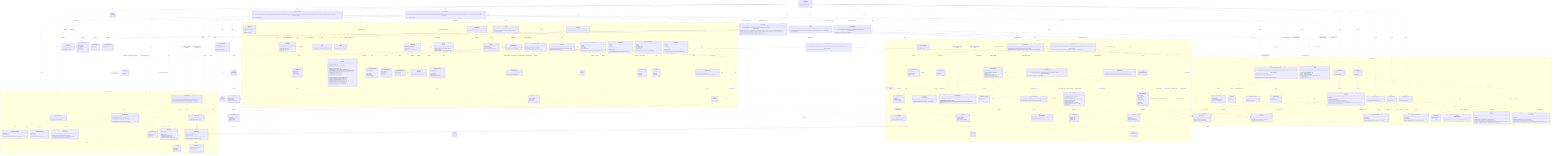
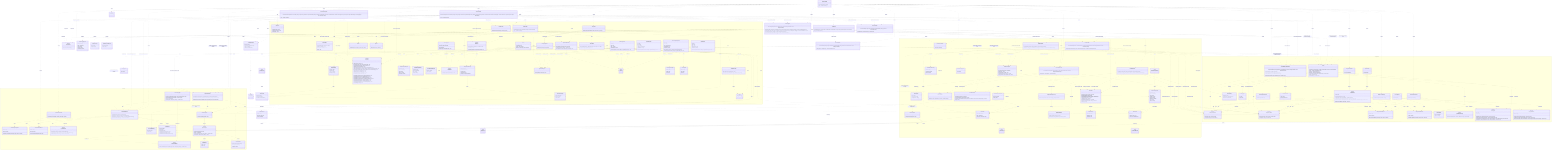
%% Authoritative, system-wide contract chart: every class and every relationship,
%% including the cross-domain interactions between modules.
%% For focused, per-domain views (intra-domain relationships only), see
%% docs/contracts/domains/ (one chart per domain + a README).
classDiagram
  direction TB

  class LicenseWizard {
    +LicenseWizard(args: string[])
    +run() Promise~Answer[]~
  }

  class IWizardMode {
    <<interface>>
    +run() Promise~Answer[]~
  }

  class InteractiveMode {
    +InteractiveMode(licenses: LicenseRepository, config: Config, manifests: ProjectManifestRepository, installer: LicenseInstaller, generator: LicenseGenerator, headers: HeaderApplier, renderer: IRenderer, reporter: IReporter, flags: WizardFlags)
    +run() Promise~Answer[]~
  }

  class NonInteractiveMode {
    +NonInteractiveMode(licenses: LicenseRepository, config: Config, manifests: ProjectManifestRepository, installer: LicenseInstaller, generator: LicenseGenerator, headers: HeaderApplier, reporter: IReporter, flags: WizardFlags, saveTargetByFlag: Record~string, string~)
    +run() Promise~Answer[]~
  }

  class VerifyMode {
    +VerifyMode(verifier: LicenseVerifier, headerVerifier: HeaderVerifier, config: Config, reporter: IReporter, strict: boolean)
    +run() Promise~Answer[]~
  }

  class WizardFlags {
    <<type>>
  }

  class HeaderApplier {
    +HeaderApplier(licenses: LicenseRepository, reader: IFileSystemReader, writer: IFileSystemWriter)
    +apply(licenseId: string, style: HeaderStyle, tokens: Record~string, string~, extraIgnores: string[]) Promise~HeaderApplyReport~
    +preview(licenseId: string, style: HeaderStyle, tokens: Record~string, string~, extraIgnores: string[]) Promise~HeaderPreview | null~
    +remove(extraIgnores: string[]) Promise~HeaderRemovalReport~
    +previewRemoval(extraIgnores: string[]) Promise~HeaderRemovalReport~
  }

  class HeaderApplyReport {
    +licenseId: string
    +style: HeaderStyle
    +total: number
    +written: number
    +unchanged: number
  }

  class HeaderPreview {
    +files: string[]
    +sample: string
  }

  class HeaderRemovalReport {
    +removed: string[]
    +total: number
  }

  class LicenseInstaller {
    +LicenseInstaller(config: Config, manifests: ProjectManifestRepository, generator: LicenseGenerator)
    +install(selection: LicenseSelection) Promise~void~
  }

  class LicenseVerifier {
    +LicenseVerifier(config: Config, manifests: ProjectManifestRepository, generator: LicenseGenerator, reader: IFileSystemReader)
    +verify(options: VerifyOptions) Promise~VerifyOutcome~
  }

  class LicenseSelection {
    +licenseId: string
    +tokens: Record~string, string~
    +save: ConfigSave
    +headers?: HeaderConfig
  }

  class ConfigSave {
    <<union>>
  }

  class VerifyOptions {
    +fix: boolean
  }

  class VerifyOutcome {
    <<union>>
  }

  class VerifyReport {
    +licenseId: string
    +license: DriftStatus
    +manifests: ManifestCheck[]
  }

  class ManifestCheck {
    +name: string
    +declared: string | null
    +status: DriftStatus
  }

  class DriftStatus {
    <<union>>
  }

  namespace CLI {
    class FlagParser {
      +FlagParser(flags: object)
      +parse(args: string[]) object
      +formatHelp() string
    }

    class Orchestrator {
      +Orchestrator(repository: QuestionRepository, renderer: IRenderer)
      +run() Promise~Answer[]~
    }

    class IRenderer {
      <<interface>>
      +render(question: Question) Promise~Answer~
      +onCancel() string
      +complete(summary: CompletionSummary) void
    }

    class CompletionSummary {
      +licenseId: string
      +customized: boolean
      +savedTo: string
      +manifests: string[]
      +headers?: CompletionHeaders
    }

    class CompletionHeaders {
      +style: HeaderStyle
      +written: number
      +total: number
    }

    class ProgressBar {
      +ProgressBar(label: string, out?: object)
      +start(total: number) void
      +update(done: number) void
      +stop() void
    }

    class ClackRenderer {
      +ClackRenderer(meta: object, spinner: Spinner)
    }

    class IReporter {
      <<interface>>
      +usage(options: string) void
      +tokens(licenseId: string, slots: TemplateSlot[]) void
      +generated(licenseId: string, savedTo: string) void
      +dryRun(report: DryRunReport) void
      +missingFields(licenseId: string, missing: TemplateSlot[]) void
      +unknownFields(licenseId: string, unknown: string[], slots: TemplateSlot[]) void
      +licenseNotFound(licenseId: string, suggestions: LicenseIndexEntry[]) void
      +verifyMatch(report: VerifyReport) void
      +verifyFixed(report: VerifyReport) void
      +verifyMismatch(report: VerifyReport) void
      +headersNoFiles(licenseId: string) void
      +headersGenerated(report: HeaderGenerateReport) void
      +headersDryRun(report: HeaderDryRunReport) void
      +headersRemoved(report: HeaderRemoveReport) void
      +headersRemoveDryRun(report: HeaderRemoveReport) void
      +headersVerifyMatch(report: HeaderVerifyReport) void
      +headersVerifyFixed(report: HeaderVerifyReport) void
      +headersVerifyMismatch(report: HeaderVerifyReport) void
      +error(message: string) void
    }

    class HeaderGenerateReport {
      +licenseId: string
      +style: HeaderStyle
      +total: number
      +written: number
      +unchanged: number
    }

    class HeaderDryRunReport {
      +licenseId: string
      +style: HeaderStyle
      +files: string[]
      +sample: string
    }

    class HeaderRemoveReport {
      +removed: string[]
      +total: number
    }

    class DryRunReport {
      +licenseId: string
      +content: string
      +save: ConfigSave
      +manifests: string[]
    }

    class MessageReporter {
      +MessageReporter(sink: IOutputSink)
    }

    class CliReporter {
      +CliReporter(programName: string, out?: object, err?: object)
    }

    class IOutputSink {
      <<interface>>
      +emit(message: OutputMessage) void
    }

    class StreamSink {
      +StreamSink(presenter: ReportPresenter, out?: object, err?: object)
      +emit(message: OutputMessage) void
    }

    class RecordingSink {
      +RecordingSink()
      +emit(message: OutputMessage) void
      +messages: OutputMessage[]
    }

    class ReportPresenter {
      +ReportPresenter(programName: string)
      +present(message: OutputMessage, options: object) string
    }

    class OutputMessage {
      <<union>>
    }

    class Banner {
      +buildBanner(meta: object, options: object) string
    }

    class Spinner {
      +start(handle: object) Function
    }

    class QuestionRepository {
      +QuestionRepository(questions: Question[])
      +getByIndex(index: number) Question | null
      +insertAt(index: number, questions: Question[]) void
    }

    class QuestionLifecycle {
      +inject(questions: Question[]) void
    }

    class Question {
      <<union>>
    }

    class TextQuestion {
      +id: string
      +text: string
      +type: "text"
      +defaultValue: string
      +required?: boolean
      +onAnswer(answer: Answer, lifecycle: QuestionLifecycle) void
    }

    class ConfirmQuestion {
      +id: string
      +text: string
      +type: "confirm"
      +defaultValue: boolean
      +onAnswer(answer: Answer, lifecycle: QuestionLifecycle) void
    }

    class AutocompleteQuestion {
      +id: string
      +text: string
      +type: "autocomplete"
      +defaultValue: string
      +required?: boolean
      +search(query: string) Promise~AutocompleteOption[]~
      +onAnswer(answer: Answer, lifecycle: QuestionLifecycle) void
    }

    class AutocompleteOption {
      +value: string
      +label: string
      +hint: string
    }

    class SelectQuestion {
      +id: string
      +text: string
      +type: "select"
      +options: SelectOption[]
      +defaultValue: string
      +onAnswer(answer: Answer, lifecycle: QuestionLifecycle) void
    }

    class SelectOption {
      +value: string
      +label: string
      +hint: string
    }

    class Answer {
      +questionId: string
      +value: string | boolean
      +fields: Record~string, string | boolean~
    }
  }

  namespace Licensing {
    class LicenseRepository {
      +LicenseRepository(source: ILicenseSource)
      +search(query: string) Promise~LicenseIndexEntry[]~
      +suggest(query: string, limit: number) Promise~LicenseIndexEntry[]~
      +getLicense(licenseId: string) Promise~LicenseDetail~
    }

    class LicenseRepositoryError {
      +name: string
      +cause: unknown
      +LicenseRepositoryError(message: string, cause?: unknown)
    }

    class LicenseNotFoundError {
      +name: string
      +licenseId: string
      +LicenseNotFoundError(licenseId: string)
    }

    class ILicenseSource {
      <<interface>>
      +search(query: string) Promise~LicenseIndexEntry[]~
      +suggest(query: string, limit: number) Promise~LicenseIndexEntry[]~
      +fetchLicense(licenseId: string) Promise~LicenseDetail~
    }

    class SpdxLicenseSource {
-       +SpdxLicenseSource(ttlMs: number)
+       +SpdxLicenseSource(ttlMs?: number, timeoutMs?: number)
    }

    class LicenseIndexEntry {
      +licenseId: string
      +name: string
    }

    class LicenseDetail {
      +licenseId: string
      +name: string
      +licenseText: string
      +standardLicenseTemplate?: string
      +standardLicenseHeader?: string
      +standardLicenseHeaderTemplate?: string
    }

    class SpdxTemplate {
      <<abstract>>
      +SpdxTemplate(template: string)
      +slots() TemplateSlot[]
      +resolveSlots(entries: Map~string, string~) SlotResolution
      +render(values: Record~string, string~) string
    }

    class LicenseTemplate {
      +LicenseTemplate(template: string)
+     }
+ 
+     class LicenseCopyright {
+       +LicenseCopyright(bodyTemplate: string, headerTemplate: string)
+       +fromDetail(detail: LicenseDetail)$ LicenseCopyright
+       +slots() TemplateSlot[]
+       +resolve(entries: Map~string, string~) SlotResolution
+     }
+ 
+     class resolveSlotEntries {
+       <<function>>
+       +resolveSlotEntries(slots: TemplateSlot[], entries: Map~string, string~) SlotResolution
    }

    class TemplateSlot {
      +token: string
      +label: string
    }

    class SlotResolution {
      +values: Record~string, string~
      +missing: TemplateSlot[]
      +unknown: string[]
    }

    class LicenseGenerator {
      +LicenseGenerator(repository: LicenseRepository, writer: IFileSystemWriter)
      +generate(licenseId: string, slotValues?: Record~string, string~) Promise~void~
      +render(licenseId: string, slotValues?: Record~string, string~) Promise~string~
    }
  }

  namespace Configuration {
    class IFileSystemReader {
      <<interface>>
      +read(path: string) Promise~string~
      +exists(path: string) Promise~boolean~
    }

    class IFileSystemWriter {
      <<interface>>
      +write(path: string, content: string) Promise~void~
      +delete(path: string) Promise~void~
    }

    class NodeFileSystemReader {
      +NodeFileSystemReader()
    }

    class NodeFileSystemWriter {
      +NodeFileSystemWriter()
    }

    class FileSystemReaderError {
      +name: string
      +cause: unknown
      +FileSystemReaderError(message: string, cause?: unknown)
    }

    class FileSystemWriterError {
      +name: string
      +cause: unknown
      +FileSystemWriterError(message: string, cause?: unknown)
    }

    class WizardConfig {
      +licenseId: string
      +tokens?: Record~string, string~
      +headers?: HeaderConfig
    }

    class HeaderConfig {
      +style: HeaderStyle
      +ignore?: string[]
    }

    class parseWizardConfig {
      <<function>>
      +parseWizardConfig(value: unknown, fileName: string) WizardConfig
    }

    class ConfigTarget {
      +id: string
      +label: string
    }

    class IConfigStore {
      <<interface>>
      +id: string
      +label: string
      +available(reader: IFileSystemReader) Promise~boolean~
      +read(reader: IFileSystemReader) Promise~WizardConfig | null~
      +write(reader: IFileSystemReader, writer: IFileSystemWriter, config: WizardConfig) Promise~void~
      +clear(reader: IFileSystemReader, writer: IFileSystemWriter) Promise~void~
    }

    class RcConfigStore {
      +RcConfigStore()
    }

    class ManifestConfigStore {
      +ManifestConfigStore(fileName: string)
    }

    class Config {
      +Config(stores: IConfigStore[], reader: IFileSystemReader, writer: IFileSystemWriter)
      +read() Promise~WizardConfig | null~
      +source() Promise~string | null~
      +targets() Promise~ConfigTarget[]~
      +write(config: WizardConfig, targetId: string) Promise~void~
      +clear() Promise~void~
      +clearHeaders() Promise~void~
    }

    class IProjectManifest {
      <<interface>>
      +name: string
      +exists(reader: IFileSystemReader) Promise~boolean~
      +readLicense(reader: IFileSystemReader) Promise~string | null~
      +writeLicense(reader: IFileSystemReader, writer: IFileSystemWriter, licenseId: string) Promise~void~
    }

    class JsonManifest {
      <<abstract>>
      +JsonManifest(fileName: string)
      +name: string
      +exists(reader: IFileSystemReader) Promise~boolean~
      +readLicense(reader: IFileSystemReader) Promise~string | null~
      +writeLicense(reader: IFileSystemReader, writer: IFileSystemWriter, licenseId: string) Promise~void~
      #extractLicenseId(value: unknown)* string | null
    }

    class NpmManifest {
      +NpmManifest()
    }

    class ComposerManifest {
      +ComposerManifest()
    }

    class ProjectManifestRepository {
      +ProjectManifestRepository(manifests: IProjectManifest[], reader: IFileSystemReader, writer: IFileSystemWriter)
      +readLicense() Promise~string | null~
      +writeLicense(licenseId: string) Promise~void~
      +declaredLicenses() Promise~ManifestLicense[]~
      +writeLicenseTo(name: string, licenseId: string) Promise~void~
    }

    class ManifestLicense {
      +name: string
      +licenseId: string | null
    }
  }

  namespace Headers {
    class HeaderPlan {
      +detail: LicenseDetail
      +style: HeaderStyle
      +tokens: Record~string, string~
    }

    class HeaderStyle {
      <<union>>
    }

    class HeaderRenderer {
      +HeaderRenderer(plan: HeaderPlan)
      +supportsFull(detail: LicenseDetail)$ boolean
      +fullHeaderHasUnfilledPlaceholders(detail: LicenseDetail, tokens: Record~string, string~)$ boolean
      +body() string
    }

    class HeaderTemplate {
      +HeaderTemplate(template: string)
    }

    class HeaderComposer {
      +HeaderComposer(plan: HeaderPlan)
      +fingerprint() string
      +block(extension: string) string
      +hasManaged(content: string) boolean
      +apply(content: string, filePath: string) string
    }

    class SourceFileScanner {
      +SourceFileScanner(walker: IFileTreeWalker, reader: IFileSystemReader, matchers?: GitignoreMatcherFactory)
      +scan(options?: ScanOptions) Promise~string[]~
    }

    class ScanOptions {
      +root?: string
      +extensions?: string[]
      +extraIgnores?: string[]
    }

    class GitignoreMatcher {
      +GitignoreMatcher(patterns: string[])
      +ignores(path: string, isDirectory: boolean) boolean
    }

    class GitignoreMatcherFactory {
      +fromContent(content: string, extra?: string[]) GitignoreMatcher
    }

    class IFileTreeWalker {
      <<interface>>
      +walk(root: string, skipDirectory: Function) Promise~string[]~
    }

    class NodeFileTreeWalker {
      +NodeFileTreeWalker()
    }

    class HeaderInstaller {
      +HeaderInstaller(reader: IFileSystemReader, writer: IFileSystemWriter)
      +install(files: string[], plan: HeaderPlan, onProgress?: Function) Promise~HeaderInstallSummary~
    }

    class HeaderInstallSummary {
      +written: string[]
      +unchanged: string[]
      +skipped: string[]
    }

    class SourceFile {
      +SourceFile(content: string, path: string)
      +extensionOf(path: string)$ string
      +commentStyleFor(extension: string)$ CommentStyle
      +hasManagedHeader() boolean
      +canPlaceHeader() boolean
      +withoutManagedHeaders() SourceFile
      +withManagedHeader(block: string) SourceFile
      +toString() string
    }

    class CommentStyle {
      +blockStart: string
      +linePrefix: string
      +blockEnd: string
    }

    class HeaderRemover {
      +HeaderRemover(reader: IFileSystemReader, writer: IFileSystemWriter)
      +remove(files: string[], onProgress?: Function) Promise~HeaderRemoveSummary~
    }

    class HeaderRemoveSummary {
      +removed: string[]
      +total: number
    }

    class HeaderVerifier {
      +HeaderVerifier(scanner: SourceFileScanner, reader: IFileSystemReader, writer: IFileSystemWriter, licenses: LicenseRepository)
      +verify(config: WizardConfig, options: HeaderVerifyOptions) Promise~HeaderVerifyOutcome~
    }

    class HeaderVerifyOptions {
      +fix: boolean
    }

    class HeaderVerifyOutcome {
      <<union>>
    }

    class HeaderVerifyReport {
      +licenseId: string
      +style: HeaderStyle
      +total: number
      +matched: string[]
      +missing: string[]
      +drifted: HeaderDrift[]
      +fixed: string[]
      +skipped: string[]
    }

    class HeaderDrift {
      +file: string
      +declares: object | null
      +reason: HeaderDriftReason
    }

    class HeaderDriftReason {
      <<union>>
    }
  }

  TextQuestion ..|> Question : member of
  ConfirmQuestion ..|> Question : member of
  AutocompleteQuestion ..|> Question : member of
  SelectQuestion ..|> Question : member of
  TextQuestion ..> QuestionLifecycle : onAnswer receives
  ConfirmQuestion ..> QuestionLifecycle : onAnswer receives
  AutocompleteQuestion ..> QuestionLifecycle : onAnswer receives
  SelectQuestion ..> QuestionLifecycle : onAnswer receives
  SelectQuestion ..> SelectOption : offers
  Orchestrator ..> QuestionLifecycle : creates
  ClackRenderer ..|> IRenderer : implements
  ClackRenderer ..> Spinner : uses
  ClackRenderer ..> Banner : renders
  IRenderer ..> CompletionSummary : renders
  ClackRenderer ..> CompletionSummary : renders
  MessageReporter ..|> IReporter : implements
  CliReporter --|> MessageReporter : terminal wiring
  MessageReporter ..> IOutputSink : emits to
  MessageReporter ..> OutputMessage : builds
  StreamSink ..|> IOutputSink : implements
  RecordingSink ..|> IOutputSink : implements
  StreamSink ..> ReportPresenter : renders with
  ReportPresenter ..> OutputMessage : renders
  CliReporter ..> StreamSink : wires
  CliReporter ..> ReportPresenter : wires
  MessageReporter ..> TemplateSlot : reads
  MessageReporter ..> VerifyReport : reads
  MessageReporter ..> DryRunReport : reads
  %% Composition root: LicenseWizard parses flags, builds the shared graph, and
  %% delegates each run to one of the three modes through IWizardMode.
  LicenseWizard ..> FlagParser : uses
  LicenseWizard ..> WizardFlags : parses
  LicenseWizard ..> CliReporter : creates
  LicenseWizard ..> IReporter : reports usage through
  LicenseWizard ..> ClackRenderer : creates
  LicenseWizard ..> SpdxLicenseSource : creates
  LicenseWizard ..> LicenseRepository : creates
  LicenseWizard ..> LicenseGenerator : creates
  LicenseWizard ..> LicenseInstaller : creates
  LicenseWizard ..> HeaderApplier : creates
  LicenseWizard ..> LicenseVerifier : creates
  LicenseWizard ..> IWizardMode : delegates the run to
  LicenseWizard ..> InteractiveMode : creates
  LicenseWizard ..> NonInteractiveMode : creates
  LicenseWizard ..> VerifyMode : creates
  InteractiveMode ..|> IWizardMode : implements
  NonInteractiveMode ..|> IWizardMode : implements
  VerifyMode ..|> IWizardMode : implements

  %% Interactive mode: the prompt-driven setup flow.
  InteractiveMode ..> ClackRenderer : renders through
  InteractiveMode ..> IRenderer : reports completion through
  InteractiveMode ..> Orchestrator : creates
  InteractiveMode ..> QuestionRepository : creates
  InteractiveMode ..> LicenseRepository : searches and resolves with
  InteractiveMode ..> LicenseTemplate : creates
  InteractiveMode ..> HeaderRenderer : checks full-header support with
  InteractiveMode ..> LicenseInstaller : applies selection through
  InteractiveMode ..> HeaderApplier : applies headers through
  InteractiveMode ..> LicenseGenerator : renders dry-run preview through
  InteractiveMode ..> Config : reads config and targets from
  InteractiveMode ..> ProjectManifestRepository : reads and reports manifests through
  InteractiveMode ..> IReporter : reports dry-run through
  InteractiveMode ..> LicenseSelection : builds
  InteractiveMode ..> DryRunReport : builds

  %% Non-interactive mode: flag-driven generation, apply-config, and removal.
  NonInteractiveMode ..> LicenseRepository : resolves and suggests with
  NonInteractiveMode ..> LicenseTemplate : creates
  NonInteractiveMode ..> HeaderRenderer : checks full-header support with
  NonInteractiveMode ..> LicenseInstaller : applies selection through
  NonInteractiveMode ..> HeaderApplier : applies headers through
  NonInteractiveMode ..> LicenseGenerator : renders dry-run preview through
  NonInteractiveMode ..> Config : reads config and clears headers through
  NonInteractiveMode ..> ProjectManifestRepository : reports manifests through
  NonInteractiveMode ..> IReporter : reports through
  NonInteractiveMode ..> LicenseSelection : builds
  NonInteractiveMode ..> DryRunReport : builds
  NonInteractiveMode ..> LicenseNotFoundError : handles

  %% Verify mode: LICENSE/manifest and source-header verification.
  VerifyMode ..> LicenseVerifier : verifies through
  VerifyMode ..> HeaderVerifier : verifies headers through
  VerifyMode ..> Config : reads config from
  VerifyMode ..> IReporter : reports through

  LicenseInstaller ..> Config : uses
  LicenseInstaller ..> ProjectManifestRepository : writes selection to
  LicenseInstaller ..> LicenseGenerator : uses
  LicenseInstaller ..> LicenseSelection : applies
  LicenseVerifier ..> Config : reads config from
  LicenseVerifier ..> ProjectManifestRepository : checks and reconciles manifests through
  LicenseVerifier ..> LicenseGenerator : re-renders and rewrites with
  LicenseVerifier ..> IFileSystemReader : reads LICENSE through
  LicenseVerifier ..> VerifyOptions : configured by
  LicenseVerifier ..> VerifyOutcome : returns
  VerifyOutcome ..> VerifyReport : carries
  VerifyReport ..> ManifestCheck : aggregates
  VerifyReport ..> DriftStatus : statuses by
  ManifestCheck ..> DriftStatus : status by
  ProjectManifestRepository ..> ManifestLicense : produces
  LicenseSelection ..> ConfigSave : has
  DryRunReport ..> ConfigSave : carries
  Orchestrator ..> QuestionRepository : gets questions from
  Orchestrator ..> IRenderer : feeds questions to
  ClackRenderer ..> Question : renders
  QuestionRepository ..> Question : produces
  AutocompleteQuestion ..> AutocompleteOption : search produces
  Orchestrator ..> Answer : collects
  SpdxLicenseSource ..|> ILicenseSource : implements
  LicenseRepository ..> ILicenseSource : uses
  LicenseRepository ..> LicenseIndexEntry : produces
  LicenseRepository ..> LicenseDetail : produces
  LicenseRepository ..> LicenseRepositoryError : throws
  LicenseRepository ..> LicenseNotFoundError : throws
  SpdxLicenseSource ..> LicenseNotFoundError : throws
  MessageReporter ..> LicenseIndexEntry : reads
  LicenseGenerator ..> LicenseRepository : uses
  LicenseGenerator ..> IFileSystemWriter : uses
  LicenseGenerator ..> LicenseTemplate : uses
  LicenseTemplate --|> SpdxTemplate : extends
+   LicenseCopyright ..> LicenseTemplate : parses body and header with
+   LicenseCopyright ..> resolveSlotEntries : resolves with
+   SpdxTemplate ..> resolveSlotEntries : resolves with
  HeaderTemplate --|> SpdxTemplate : extends
  SpdxTemplate ..> TemplateSlot : produces
  SpdxTemplate ..> SlotResolution : produces
  NodeFileSystemReader ..|> IFileSystemReader : implements
  NodeFileSystemWriter ..|> IFileSystemWriter : implements
  NodeFileSystemReader ..> FileSystemReaderError : throws
  NodeFileSystemWriter ..> FileSystemWriterError : throws
  Config ..> IConfigStore : coordinates
  Config ..> IFileSystemReader : uses
  Config ..> IFileSystemWriter : uses
  Config ..> WizardConfig : produces
  Config ..> ConfigTarget : produces
  Config ..> FileSystemWriterError : throws
  RcConfigStore ..|> IConfigStore : implements
  ManifestConfigStore ..|> IConfigStore : implements
  RcConfigStore ..> IFileSystemReader : uses
  RcConfigStore ..> IFileSystemWriter : uses
  RcConfigStore ..> FileSystemReaderError : throws
  RcConfigStore ..> FileSystemWriterError : throws
  ManifestConfigStore ..> IFileSystemReader : uses
  ManifestConfigStore ..> IFileSystemWriter : uses
  ManifestConfigStore ..> FileSystemReaderError : throws
  ManifestConfigStore ..> FileSystemWriterError : throws
  JsonManifest ..|> IProjectManifest : implements
  NpmManifest --|> JsonManifest : extends
  ComposerManifest --|> JsonManifest : extends
  JsonManifest ..> IFileSystemReader : uses
  JsonManifest ..> IFileSystemWriter : uses
  JsonManifest ..> FileSystemReaderError : throws
  JsonManifest ..> FileSystemWriterError : throws
  ProjectManifestRepository ..> IProjectManifest : coordinates
  ProjectManifestRepository ..> IFileSystemReader : uses
  ProjectManifestRepository ..> IFileSystemWriter : uses
  LicenseWizard ..> NodeFileSystemReader : creates
  LicenseWizard ..> NodeFileSystemWriter : creates
  LicenseWizard ..> Config : creates
  LicenseWizard ..> RcConfigStore : creates
  LicenseWizard ..> ManifestConfigStore : creates
  LicenseWizard ..> NpmManifest : creates
  LicenseWizard ..> ComposerManifest : creates
  LicenseWizard ..> ProjectManifestRepository : creates
  LicenseWizard ..> HeaderVerifier : creates
  LicenseWizard ..> SourceFileScanner : creates
  LicenseWizard ..> NodeFileTreeWalker : creates
  %% HeaderApplier owns the source-file header surface for both write modes.
  HeaderApplier ..> SourceFileScanner : creates
  HeaderApplier ..> NodeFileTreeWalker : creates
  HeaderApplier ..> HeaderInstaller : creates
  HeaderApplier ..> HeaderInstaller : writes headers through
  HeaderApplier ..> HeaderRemover : creates
  HeaderApplier ..> HeaderRemover : removes headers through
  HeaderApplier ..> SourceFile : previews removal with
  HeaderApplier ..> HeaderComposer : previews header block with
  HeaderApplier ..> ProgressBar : drives header progress with
  HeaderApplier ..> HeaderPlan : builds
  HeaderApplier ..> LicenseRepository : fetches header detail through
  HeaderApplier ..> HeaderApplyReport : produces
  HeaderApplier ..> HeaderPreview : produces
  HeaderApplier ..> HeaderRemovalReport : produces
  MessageReporter ..> HeaderGenerateReport : reads
  MessageReporter ..> HeaderDryRunReport : reads
  MessageReporter ..> HeaderRemoveReport : reads
  MessageReporter ..> HeaderVerifyReport : reads
  MessageReporter ..> HeaderDrift : reduces drift from
  HeaderConfig ..> HeaderStyle : style by
  HeaderPlan ..> LicenseDetail : carries
  HeaderPlan ..> HeaderStyle : styled by
  HeaderRenderer ..> HeaderPlan : renders
  HeaderRenderer ..> HeaderTemplate : substitutes header template with
  HeaderComposer ..> HeaderPlan : composes
  HeaderComposer ..> HeaderRenderer : renders body with
  HeaderInstaller ..> HeaderComposer : applies header with
  HeaderInstaller ..> HeaderPlan : applies
  HeaderInstaller ..> IFileSystemReader : reads files through
  HeaderInstaller ..> IFileSystemWriter : writes files through
  HeaderInstaller ..> HeaderInstallSummary : produces
  HeaderRemover ..> SourceFile : strips header through
  HeaderRemover ..> IFileSystemReader : reads files through
  HeaderRemover ..> IFileSystemWriter : writes files through
  HeaderRemover ..> HeaderRemoveSummary : produces
  HeaderComposer ..> SourceFile : places header through
  SourceFile ..> CommentStyle : wraps with
  SourceFileScanner ..> SourceFile : derives extension with
  HeaderVerifier ..> SourceFileScanner : rediscovers files through
  HeaderVerifier ..> HeaderComposer : compares against
  HeaderVerifier ..> LicenseRepository : fetches header detail through
  HeaderVerifier ..> IFileSystemReader : reads files through
  HeaderVerifier ..> IFileSystemWriter : rewrites files through
  HeaderVerifier ..> WizardConfig : verifies against
  HeaderVerifier ..> HeaderVerifyOptions : configured by
  HeaderVerifier ..> HeaderVerifyOutcome : returns
  HeaderVerifyOutcome ..> HeaderVerifyReport : carries
  HeaderVerifyReport ..> HeaderDrift : details drift by
  HeaderDrift ..> HeaderDriftReason : explained by
  HeaderVerifier ..> HeaderDrift : classifies drift into
  SourceFileScanner ..> IFileTreeWalker : walks with
  SourceFileScanner ..> IFileSystemReader : reads .gitignore through
  SourceFileScanner ..> GitignoreMatcherFactory : builds matchers with
  SourceFileScanner ..> GitignoreMatcher : filters with
  SourceFileScanner ..> ScanOptions : configured by
  GitignoreMatcherFactory ..> GitignoreMatcher : creates
  NodeFileTreeWalker ..|> IFileTreeWalker : implements
  ClackRenderer ..> CompletionHeaders : renders
  CompletionSummary ..> CompletionHeaders : carries
